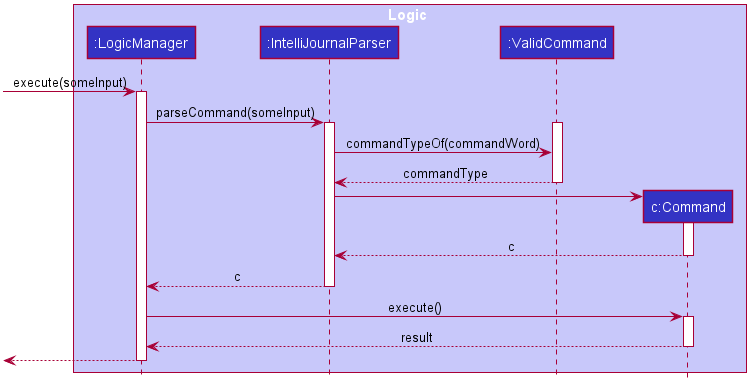
Before: docs/images/commandAlias/aliasSequenceDiagram.png, a diagram exported from PlantUML (zhXchD/tp). The source it was exported from:
```plantuml
@startuml








skinparam BackgroundColor #FFFFFFF

skinparam Shadowing false

skinparam Class {
    FontColor #FFFFFF
    BorderThickness 1
    BorderColor #FFFFFF
    StereotypeFontColor #FFFFFF
    FontName Arial
}

skinparam Actor {
    BorderColor #000000
    Color #000000
    FontName Arial
}

skinparam Sequence {
    MessageAlign center
    BoxFontSize 15
    BoxPadding 0
    BoxFontColor #FFFFFF
    FontName Arial
}

skinparam Participant {
    FontColor #FFFFFFF
    Padding 20
}

skinparam MinClassWidth 50
skinparam ParticipantPadding 10
skinparam Shadowing false
skinparam DefaultTextAlignment center
skinparam packageStyle Rectangle

hide footbox
hide members
hide circle

box Logic #C8C8FA
participant ":LogicManager" as LogicManager #3333C4
participant ":IntelliJournalParser" as IntelliJournalParser #3333C4
participant ":ValidCommand" as ValidCommand #3333C4
participant "c:Command" as Command #3333C4
end box

[-> LogicManager : execute(someInput)
activate LogicManager

LogicManager -> IntelliJournalParser : parseCommand(someInput)
activate IntelliJournalParser

activate ValidCommand
IntelliJournalParser -> ValidCommand: commandTypeOf(commandWord)
ValidCommand --> IntelliJournalParser: commandType
deactivate ValidCommand

create Command
IntelliJournalParser -> Command
activate Command

Command --> IntelliJournalParser:c
deactivate Command

IntelliJournalParser --> LogicManager : c
deactivate IntelliJournalParser

LogicManager -> Command : execute()
activate Command

Command --> LogicManager : result
deactivate Command

[<--LogicManager
deactivate LogicManager
@enduml
```
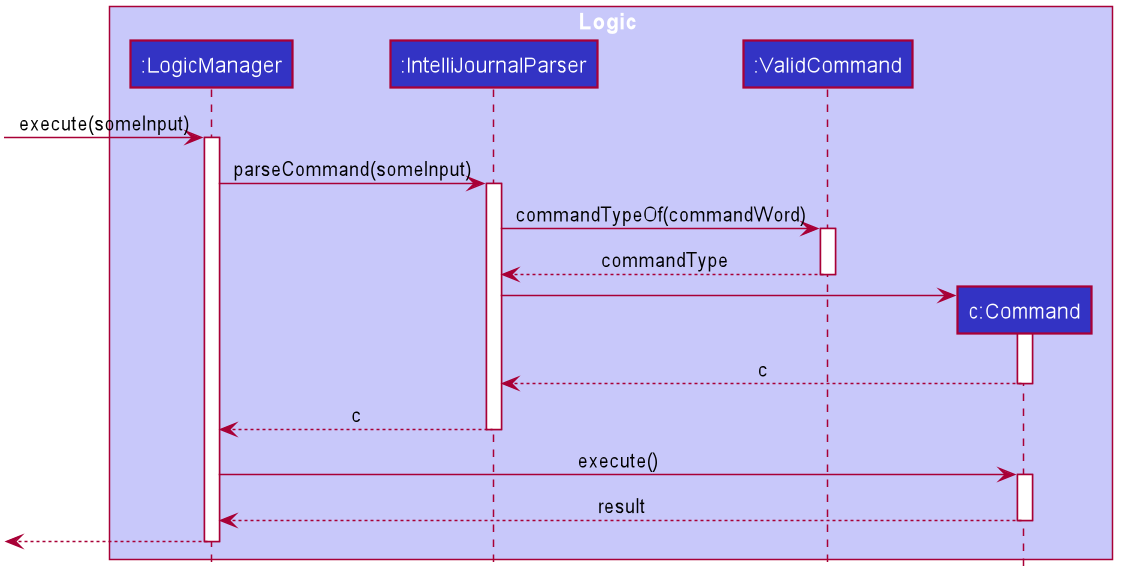
The same diagram one commit later.

Change to the diagram source:
```diff
@@ -61,8 +61,8 @@
 LogicManager -> IntelliJournalParser : parseCommand(someInput)
 activate IntelliJournalParser
 
+IntelliJournalParser -> ValidCommand: commandTypeOf(commandWord)
 activate ValidCommand
-IntelliJournalParser -> ValidCommand: commandTypeOf(commandWord)
 ValidCommand --> IntelliJournalParser: commandType
 deactivate ValidCommand
 
```
